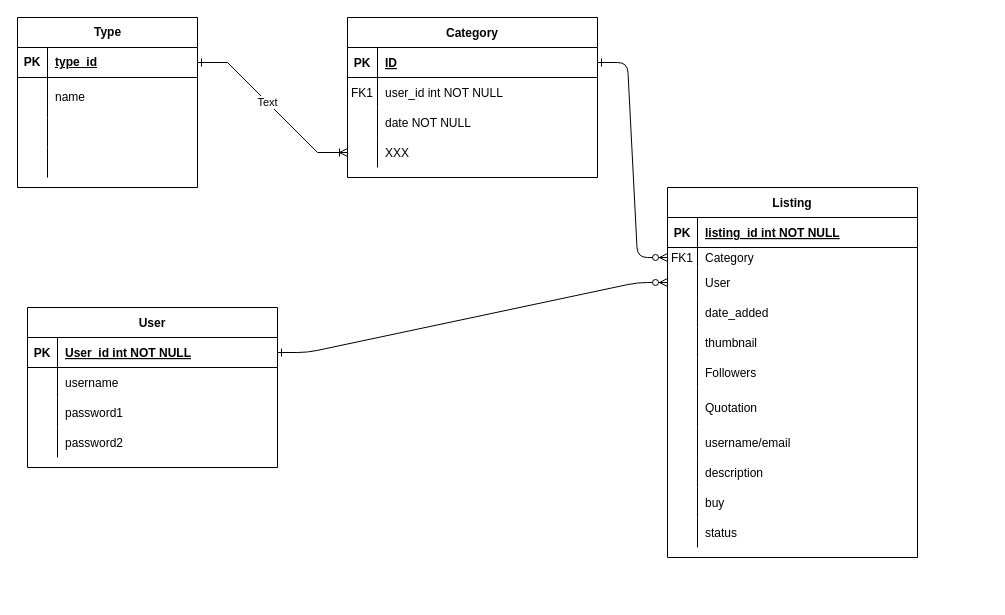
Before: SocioBayERD.drawio in VinCoD/ERDs, a draw.io diagram. Source tidied: cells renumbered, new cells numbered last; positions are measured from the earlier drawing's top-left corner, leaving out a move shared by most shapes. Both pictures are drawn from the tidied source at 100%, with x=0, y=0 at pixel (17, 17).
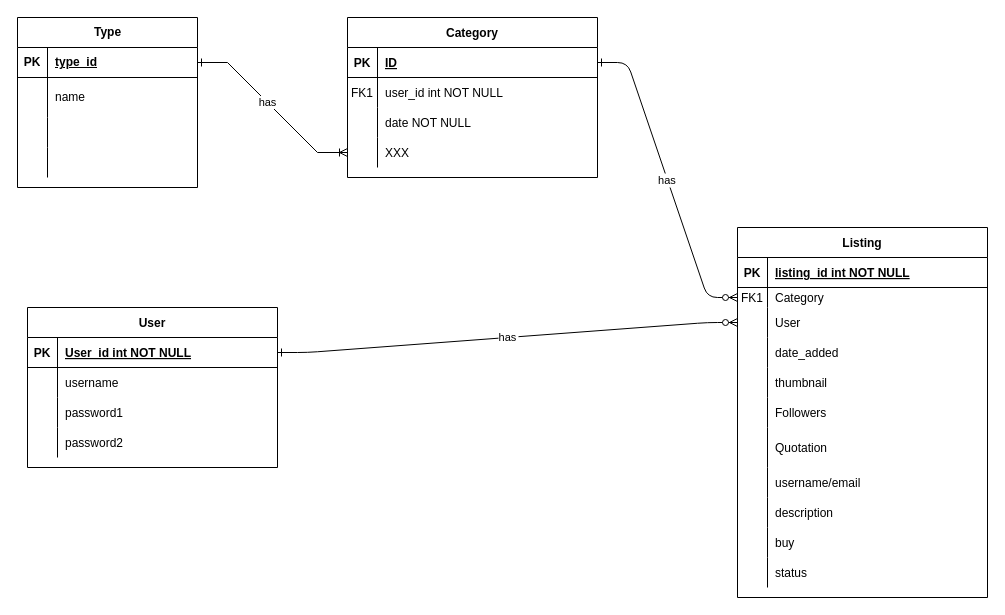
After the change.

The change refers to these unchanged cells:
```xml
<mxCell id="5" style="shape=partialRectangle;fillColor=none;points=[[0,0.5],[1,0.5]];portConstraint=eastwest;top=0;left=0;right=0;bottom=1;" parent="4" vertex="1">
  <mxGeometry y="30" width="250" height="30" as="geometry" />
</mxCell>
<mxCell id="21" style="shape=partialRectangle;fillColor=none;points=[[0,0.5],[1,0.5]];portConstraint=eastwest;top=0;left=0;right=0;bottom=0;" parent="17" vertex="1">
  <mxGeometry y="60" width="250" height="20" as="geometry" />
</mxCell>
<mxCell id="24" style="shape=partialRectangle;fillColor=none;points=[[0,0.5],[1,0.5]];portConstraint=eastwest;top=0;left=0;right=0;bottom=0;" parent="17" vertex="1">
  <mxGeometry y="80" width="250" height="30" as="geometry" />
</mxCell>
<mxCell id="52" style="shape=partialRectangle;fillColor=none;points=[[0,0.5],[1,0.5]];portConstraint=eastwest;top=0;left=0;right=0;bottom=1;" parent="51" vertex="1">
  <mxGeometry y="30" width="250" height="30" as="geometry" />
</mxCell>
<mxCell id="77" style="edgeStyle=entityRelationEdgeStyle;fontSize=12;html=1;endArrow=ERone;startArrow=ERoneToMany;rounded=0;exitX=0;exitY=0.5;exitDx=0;exitDy=0;startFill=0;endFill=0;" parent="1" edge="1" source="14" target="65">
  <mxGeometry relative="1" as="geometry" />
</mxCell>
```

Change to the diagram source:
```diff
@@
-    <mxCell id="2" style="edgeStyle=entityRelationEdgeStyle;endArrow=ERzeroToMany;startArrow=ERone;endFill=1;startFill=0;entryX=0;entryY=0.5;entryDx=0;entryDy=0;" parent="1" edge="1" source="52" target="24">
+    <mxCell id="2" value="has" style="edgeStyle=entityRelationEdgeStyle;endArrow=ERzeroToMany;startArrow=ERone;endFill=1;startFill=0;entryX=0;entryY=0.5;entryDx=0;entryDy=0;" parent="1" edge="1" source="52" target="24">
       <mxGeometry relative="1" as="geometry" />
     </mxCell>
-    <mxCell id="3" style="edgeStyle=entityRelationEdgeStyle;endArrow=ERzeroToMany;startArrow=ERone;endFill=1;startFill=0;entryX=0;entryY=0.5;entryDx=0;entryDy=0;" parent="1" edge="1" source="5" target="21">
+    <mxCell id="3" value="has" style="edgeStyle=entityRelationEdgeStyle;endArrow=ERzeroToMany;startArrow=ERone;endFill=1;startFill=0;entryX=0;entryY=0.5;entryDx=0;entryDy=0;" parent="1" edge="1" source="5" target="21">
       <mxGeometry relative="1" as="geometry" />
     </mxCell>
@@
     <mxCell id="17" value="Listing" style="shape=table;startSize=30;childLayout=tableLayout;rowLines=0;fontStyle=1;align=center;" parent="1" vertex="1">
-      <mxGeometry x="650" y="170" width="250" height="370" as="geometry" />
+      <mxGeometry x="720" y="210" width="250" height="370" as="geometry" />
     </mxCell>
@@
-    <mxCell id="78" value="Text" style="edgeLabel;html=1;align=center;verticalAlign=middle;" parent="77" vertex="1">
+    <mxCell id="78" value="has" style="edgeLabel;html=1;align=center;verticalAlign=middle;" parent="77" vertex="1">
       <mxGeometry x="0.09" relative="1" as="geometry" />
     </mxCell>
```
